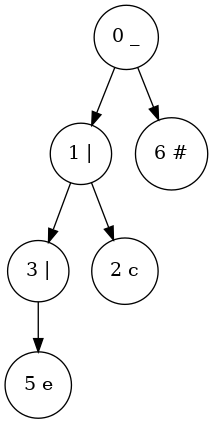
x6x4/LAB2_URGENCY keeps this Graphviz diagram as tree_output.png. Above is the earlier version. Its source is kept beside it as tree_output.dot. Its diagram source:
```dot
digraph Tree {
node [shape=circle];
94270519672496 [label="0 _"];
94270519672496 -> 94270519672544;
94270519672544 [label="1 |"];
94270519672544 -> 94270519672640;
94270519672640 [label="3 |"];
94270519672640 -> 94270519672736;
94270519672736 [label="5 e"];
94270519672544 -> 94270519672592;
94270519672592 [label="2 c"];
94270519672496 -> 94270519672784;
94270519672784 [label="6 #"];
}
```
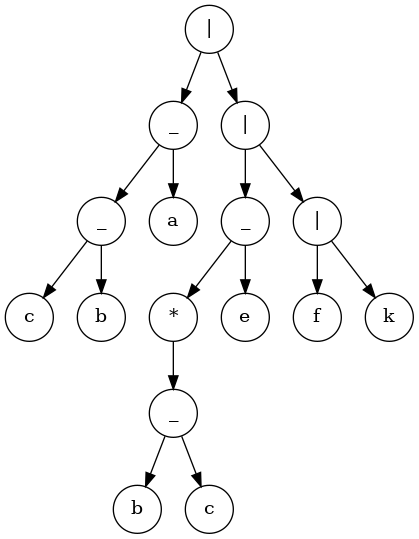
The same file after the commit.

The edit, as a diff of the source:
```diff
@@ -1,14 +1,34 @@
 digraph Tree {
 node [shape=circle];
-94270519672496 [label="0 _"];
-94270519672496 -> 94270519672544;
-94270519672544 [label="1 |"];
-94270519672544 -> 94270519672640;
-94270519672640 [label="3 |"];
-94270519672640 -> 94270519672736;
-94270519672736 [label="5 e"];
-94270519672544 -> 94270519672592;
-94270519672592 [label="2 c"];
-94270519672496 -> 94270519672784;
-94270519672784 [label="6 #"];
+94876466181328 [label="|"];
+94876466181328 -> 94876466180976;
+94876466180976 [label="_"];
+94876466180976 -> 94876466180912;
+94876466180912 [label="_"];
+94876466180912 -> 94876466180848;
+94876466180848 [label="c"];
+94876466180912 -> 94876466180880;
+94876466180880 [label="b"];
+94876466180976 -> 94876466180944;
+94876466180944 [label="a"];
+94876466181328 -> 94876466181296;
+94876466181296 [label="|"];
+94876466181296 -> 94876466181168;
+94876466181168 [label="_"];
+94876466181168 -> 94876466181104;
+94876466181104 [label="*"];
+94876466181104 -> 94876466181072;
+94876466181072 [label="_"];
+94876466181072 -> 94876466181008;
+94876466181008 [label="b"];
+94876466181072 -> 94876466181040;
+94876466181040 [label="c"];
+94876466181168 -> 94876466181136;
+94876466181136 [label="e"];
+94876466181296 -> 94876466181264;
+94876466181264 [label="|"];
+94876466181264 -> 94876466181200;
+94876466181200 [label="f"];
+94876466181264 -> 94876466181232;
+94876466181232 [label="k"];
 }
```
